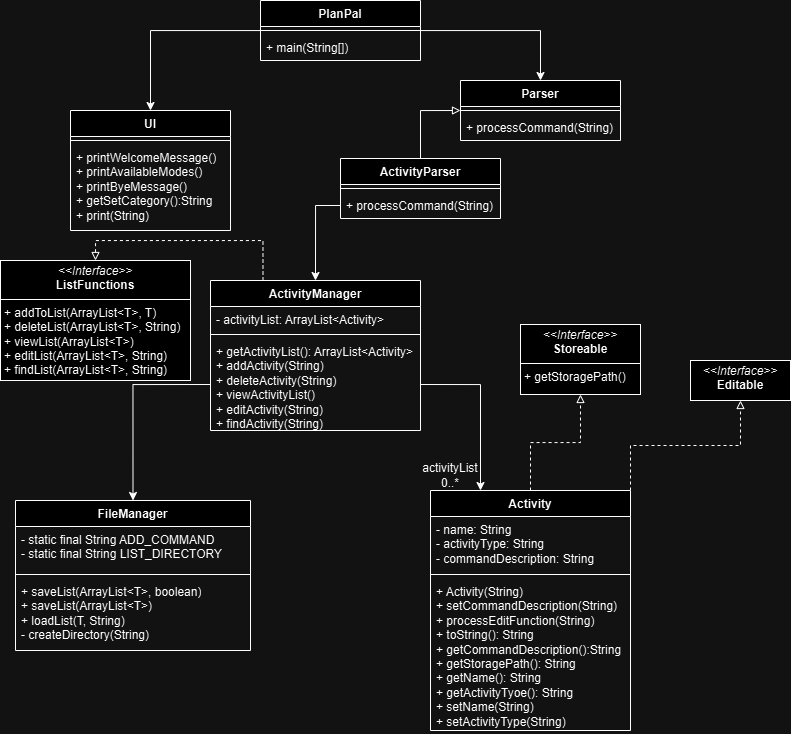
Before: docs/Images(DG)/ActivityClassDiagram.drawio.png, a diagram exported from draw.io (parasytezz/tp). Source tidied: cells renumbered, new cells last; positions are measured from the earlier drawing's top-left corner, leaving out a move shared by most shapes. Source of this version:
```xml
<mxGraphModel>
  <root>
    <mxCell id="0" />
    <mxCell id="1" parent="0" />
    <mxCell id="2" style="edgeStyle=orthogonalEdgeStyle;rounded=0;jettySize=auto;html=1;entryX=0.5;entryY=0;entryDx=0;entryDy=0;" parent="1" edge="1" source="4" target="7">
      <mxGeometry relative="1" as="geometry" />
    </mxCell>
    <mxCell id="3" style="edgeStyle=orthogonalEdgeStyle;rounded=0;jettySize=auto;html=1;entryX=0.5;entryY=0;entryDx=0;entryDy=0;" parent="1" edge="1" source="4" target="10">
      <mxGeometry relative="1" as="geometry" />
    </mxCell>
    <mxCell id="4" value="PlanPal" style="swimlane;fontStyle=1;align=center;verticalAlign=top;horizontal=1;startSize=26;whiteSpace=wrap;html=1;" parent="1" vertex="1">
      <mxGeometry x="260" width="160" height="60" as="geometry" />
    </mxCell>
    <mxCell id="5" style="line;strokeWidth=1;fillColor=none;align=left;verticalAlign=middle;spacingTop=-1;spacingLeft=3;spacingRight=3;labelPosition=right;strokeColor=inherit;" parent="4" vertex="1">
      <mxGeometry y="26" width="160" height="8" as="geometry" />
    </mxCell>
    <mxCell id="6" value="+ main(String[])" style="text;strokeColor=none;fillColor=none;align=left;verticalAlign=top;spacingLeft=4;spacingRight=4;overflow=hidden;whiteSpace=wrap;html=1;" parent="4" vertex="1">
      <mxGeometry y="34" width="160" height="26" as="geometry" />
    </mxCell>
    <mxCell id="7" value="UI" style="swimlane;fontStyle=1;align=center;verticalAlign=top;horizontal=1;startSize=26;whiteSpace=wrap;html=1;" parent="1" vertex="1">
      <mxGeometry x="70" y="110" width="160" height="120" as="geometry" />
    </mxCell>
    <mxCell id="8" style="line;strokeWidth=1;fillColor=none;align=left;verticalAlign=middle;spacingTop=-1;spacingLeft=3;spacingRight=3;labelPosition=right;strokeColor=inherit;" parent="7" vertex="1">
      <mxGeometry y="26" width="160" height="8" as="geometry" />
    </mxCell>
    <mxCell id="9" value="+ printWelcomeMessage()&lt;div&gt;+ printAvailableModes()&lt;/div&gt;&lt;div&gt;+ printByeMessage()&lt;/div&gt;&lt;div&gt;+ getSetCategory():String&lt;/div&gt;&lt;div&gt;+ print(String)&lt;/div&gt;" style="text;strokeColor=none;fillColor=none;align=left;verticalAlign=top;spacingLeft=4;spacingRight=4;overflow=hidden;whiteSpace=wrap;html=1;" parent="7" vertex="1">
      <mxGeometry y="34" width="160" height="86" as="geometry" />
    </mxCell>
    <mxCell id="10" value="Parser" style="swimlane;fontStyle=1;align=center;verticalAlign=top;horizontal=1;startSize=26;whiteSpace=wrap;html=1;" parent="1" vertex="1">
      <mxGeometry x="460" y="80" width="160" height="60" as="geometry" />
    </mxCell>
    <mxCell id="11" style="line;strokeWidth=1;fillColor=none;align=left;verticalAlign=middle;spacingTop=-1;spacingLeft=3;spacingRight=3;labelPosition=right;strokeColor=inherit;" parent="10" vertex="1">
      <mxGeometry y="26" width="160" height="8" as="geometry" />
    </mxCell>
    <mxCell id="12" value="+ processCommand(String)" style="text;strokeColor=none;fillColor=none;align=left;verticalAlign=top;spacingLeft=4;spacingRight=4;overflow=hidden;whiteSpace=wrap;html=1;" parent="10" vertex="1">
      <mxGeometry y="34" width="160" height="26" as="geometry" />
    </mxCell>
    <mxCell id="13" style="edgeStyle=orthogonalEdgeStyle;rounded=0;jettySize=auto;html=1;entryX=0;entryY=0.5;entryDx=0;entryDy=0;endArrow=block;endFill=0;" parent="1" edge="1" source="14" target="10">
      <mxGeometry relative="1" as="geometry" />
    </mxCell>
    <mxCell id="14" value="ActivityParser" style="swimlane;fontStyle=1;align=center;verticalAlign=top;horizontal=1;startSize=26;whiteSpace=wrap;html=1;" parent="1" vertex="1">
      <mxGeometry x="340" y="158" width="160" height="60" as="geometry" />
    </mxCell>
    <mxCell id="15" style="line;strokeWidth=1;fillColor=none;align=left;verticalAlign=middle;spacingTop=-1;spacingLeft=3;spacingRight=3;labelPosition=right;strokeColor=inherit;" parent="14" vertex="1">
      <mxGeometry y="26" width="160" height="8" as="geometry" />
    </mxCell>
    <mxCell id="16" value="+ processCommand(String)" style="text;strokeColor=none;fillColor=none;align=left;verticalAlign=top;spacingLeft=4;spacingRight=4;overflow=hidden;points=[[0,0.5],[1,0.5]];portConstraint=eastwest;whiteSpace=wrap;html=1;" parent="14" vertex="1">
      <mxGeometry y="34" width="160" height="26" as="geometry" />
    </mxCell>
    <mxCell id="17" value="FileManager" style="swimlane;fontStyle=1;align=center;verticalAlign=top;horizontal=1;startSize=26;whiteSpace=wrap;html=1;" parent="1" vertex="1">
      <mxGeometry x="15" y="500" width="235" height="150" as="geometry" />
    </mxCell>
    <mxCell id="18" value="- static final String ADD_COMMAND&lt;div&gt;- static final String LIST_DIRECTORY&lt;span style=&quot;white-space: pre;&quot;&gt;&#9;&lt;/span&gt;&lt;/div&gt;" style="text;strokeColor=none;fillColor=none;align=left;verticalAlign=top;spacingLeft=4;spacingRight=4;overflow=hidden;whiteSpace=wrap;html=1;" parent="17" vertex="1">
      <mxGeometry y="26" width="235" height="44" as="geometry" />
    </mxCell>
    <mxCell id="19" style="line;strokeWidth=1;fillColor=none;align=left;verticalAlign=middle;spacingTop=-1;spacingLeft=3;spacingRight=3;labelPosition=right;strokeColor=inherit;" parent="17" vertex="1">
      <mxGeometry y="70" width="235" height="8" as="geometry" />
    </mxCell>
    <mxCell id="20" value="+ saveList(ArrayList&amp;lt;T&amp;gt;, boolean)&lt;div&gt;+ saveList(ArrayList&amp;lt;T&amp;gt;&lt;span style=&quot;background-color: initial;&quot;&gt;)&lt;/span&gt;&lt;/div&gt;&lt;div&gt;&lt;span style=&quot;background-color: initial;&quot;&gt;+ loadList(T, String)&lt;/span&gt;&lt;/div&gt;&lt;div&gt;&lt;span style=&quot;background-color: initial;&quot;&gt;- createDirectory(String)&lt;/span&gt;&lt;/div&gt;" style="text;strokeColor=none;fillColor=none;align=left;verticalAlign=top;spacingLeft=4;spacingRight=4;overflow=hidden;whiteSpace=wrap;html=1;" parent="17" vertex="1">
      <mxGeometry y="78" width="235" height="72" as="geometry" />
    </mxCell>
    <mxCell id="21" style="edgeStyle=orthogonalEdgeStyle;rounded=0;jettySize=auto;html=1;entryX=0.5;entryY=1;entryDx=0;entryDy=0;endArrow=block;endFill=0;dashed=1;" parent="1" edge="1" source="23" target="37">
      <mxGeometry relative="1" as="geometry" />
    </mxCell>
    <mxCell id="22" style="edgeStyle=orthogonalEdgeStyle;rounded=0;jettySize=auto;html=1;exitX=1;exitY=0;exitDx=0;exitDy=0;entryX=0.5;entryY=1;entryDx=0;entryDy=0;endArrow=block;endFill=0;dashed=1;" parent="1" edge="1" source="23" target="38">
      <mxGeometry relative="1" as="geometry" />
    </mxCell>
    <mxCell id="23" value="Activity" style="swimlane;fontStyle=1;align=center;verticalAlign=top;horizontal=1;startSize=26;whiteSpace=wrap;html=1;" parent="1" vertex="1">
      <mxGeometry x="430" y="490" width="200" height="240" as="geometry" />
    </mxCell>
    <mxCell id="24" value="- name: String&lt;div&gt;- activityType: String&lt;/div&gt;&lt;div&gt;- commandDescription: String&lt;/div&gt;" style="text;strokeColor=none;fillColor=none;align=left;verticalAlign=top;spacingLeft=4;spacingRight=4;overflow=hidden;whiteSpace=wrap;html=1;" parent="23" vertex="1">
      <mxGeometry y="26" width="200" height="54" as="geometry" />
    </mxCell>
    <mxCell id="25" style="line;strokeWidth=1;fillColor=none;align=left;verticalAlign=middle;spacingTop=-1;spacingLeft=3;spacingRight=3;labelPosition=right;strokeColor=inherit;" parent="23" vertex="1">
      <mxGeometry y="80" width="200" height="8" as="geometry" />
    </mxCell>
    <mxCell id="26" value="+ Activity(String)&lt;div&gt;+ setCommandDescription(String)&lt;/div&gt;&lt;div&gt;+ processEditFunction(String)&lt;/div&gt;&lt;div&gt;+ toString(): String&lt;/div&gt;&lt;div&gt;+ getCommandDescription():String&lt;/div&gt;&lt;div&gt;+ getStoragePath(): String&lt;/div&gt;&lt;div&gt;+ getName(): String&lt;/div&gt;&lt;div&gt;+ getActivityTyoe(): String&lt;/div&gt;&lt;div&gt;+ setName(String)&lt;/div&gt;&lt;div&gt;+ setActivityType(String)&lt;/div&gt;" style="text;strokeColor=none;fillColor=none;align=left;verticalAlign=top;spacingLeft=4;spacingRight=4;overflow=hidden;whiteSpace=wrap;html=1;" parent="23" vertex="1">
      <mxGeometry y="88" width="200" height="152" as="geometry" />
    </mxCell>
    <mxCell id="27" style="edgeStyle=orthogonalEdgeStyle;rounded=0;jettySize=auto;html=1;exitX=0.25;exitY=0;exitDx=0;exitDy=0;entryX=0.5;entryY=0;entryDx=0;entryDy=0;dashed=1;endArrow=block;endFill=0;" parent="1" edge="1" source="28" target="32">
      <mxGeometry relative="1" as="geometry" />
    </mxCell>
    <mxCell id="28" value="ActivityManager" style="swimlane;fontStyle=1;align=center;verticalAlign=top;horizontal=1;startSize=26;whiteSpace=wrap;html=1;" parent="1" vertex="1">
      <mxGeometry x="210" y="280" width="210" height="150" as="geometry" />
    </mxCell>
    <mxCell id="29" value="- activityList: ArrayList&amp;lt;Activity&amp;gt;" style="text;strokeColor=none;fillColor=none;align=left;verticalAlign=top;spacingLeft=4;spacingRight=4;overflow=hidden;whiteSpace=wrap;html=1;" parent="28" vertex="1">
      <mxGeometry y="26" width="210" height="24" as="geometry" />
    </mxCell>
    <mxCell id="30" style="line;strokeWidth=1;fillColor=none;align=left;verticalAlign=middle;spacingTop=-1;spacingLeft=3;spacingRight=3;labelPosition=right;strokeColor=inherit;" parent="28" vertex="1">
      <mxGeometry y="50" width="210" height="8" as="geometry" />
    </mxCell>
    <mxCell id="31" value="+ getActivityList(): ArrayList&amp;lt;Activity&amp;gt;&lt;div&gt;+ addActivity(String)&lt;/div&gt;&lt;div&gt;+ deleteActivity(String)&lt;/div&gt;&lt;div&gt;+ viewActivityList()&lt;/div&gt;&lt;div&gt;+ editActivity(String)&lt;/div&gt;&lt;div&gt;+ findActivity(String)&lt;/div&gt;" style="text;strokeColor=none;fillColor=none;align=left;verticalAlign=top;spacingLeft=4;spacingRight=4;overflow=hidden;points=[[0,0.5],[1,0.5]];portConstraint=eastwest;whiteSpace=wrap;html=1;" parent="28" vertex="1">
      <mxGeometry y="58" width="210" height="92" as="geometry" />
    </mxCell>
    <mxCell id="32" value="&lt;p style=&quot;margin:0px;margin-top:4px;text-align:center;&quot;&gt;&lt;i&gt;&amp;lt;&amp;lt;Interface&amp;gt;&amp;gt;&lt;/i&gt;&lt;br&gt;&lt;b&gt;ListFunctions&lt;/b&gt;&lt;/p&gt;&lt;hr size=&quot;1&quot; style=&quot;border-style:solid;&quot;&gt;&lt;p style=&quot;margin:0px;margin-left:4px;&quot;&gt;+ addToList(ArrayList&amp;lt;T&amp;gt;, T)&lt;/p&gt;&lt;p style=&quot;margin:0px;margin-left:4px;&quot;&gt;+ deleteList(ArrayList&amp;lt;T&amp;gt;, String)&lt;/p&gt;&lt;p style=&quot;margin:0px;margin-left:4px;&quot;&gt;+ viewList(ArrayList&amp;lt;T&amp;gt;)&lt;/p&gt;&lt;p style=&quot;margin:0px;margin-left:4px;&quot;&gt;+ editList(ArrayList&amp;lt;T&amp;gt;, String)&lt;/p&gt;&lt;p style=&quot;margin:0px;margin-left:4px;&quot;&gt;+ findList(ArrayList&amp;lt;T&amp;gt;, String)&lt;/p&gt;" style="verticalAlign=top;align=left;overflow=fill;html=1;whiteSpace=wrap;" parent="1" vertex="1">
      <mxGeometry y="260" width="190" height="120" as="geometry" />
    </mxCell>
    <mxCell id="33" style="edgeStyle=orthogonalEdgeStyle;rounded=0;jettySize=auto;html=1;entryX=0.5;entryY=0;entryDx=0;entryDy=0;" parent="1" edge="1" source="16" target="28">
      <mxGeometry relative="1" as="geometry" />
    </mxCell>
    <mxCell id="34" style="edgeStyle=orthogonalEdgeStyle;rounded=0;jettySize=auto;html=1;exitX=0;exitY=0.5;exitDx=0;exitDy=0;entryX=0.5;entryY=0;entryDx=0;entryDy=0;" parent="1" edge="1" source="31" target="17">
      <mxGeometry relative="1" as="geometry" />
    </mxCell>
    <mxCell id="35" value="activityList&lt;div&gt;0..*&lt;/div&gt;" style="text;html=1;align=center;verticalAlign=middle;whiteSpace=wrap;rounded=0;" parent="1" vertex="1">
      <mxGeometry x="420" y="460" width="60" height="30" as="geometry" />
    </mxCell>
    <mxCell id="36" style="edgeStyle=orthogonalEdgeStyle;rounded=0;jettySize=auto;html=1;exitX=1;exitY=0.5;exitDx=0;exitDy=0;entryX=0.25;entryY=0;entryDx=0;entryDy=0;" parent="1" edge="1" source="31" target="23">
      <mxGeometry relative="1" as="geometry" />
    </mxCell>
    <mxCell id="37" value="&lt;p style=&quot;margin:0px;margin-top:4px;text-align:center;&quot;&gt;&lt;i&gt;&amp;lt;&amp;lt;Interface&amp;gt;&amp;gt;&lt;/i&gt;&lt;br&gt;&lt;b&gt;Storeable&lt;/b&gt;&lt;/p&gt;&lt;hr size=&quot;1&quot; style=&quot;border-style:solid;&quot;&gt;&lt;p style=&quot;margin:0px;margin-left:4px;&quot;&gt;+ getStoragePath()&lt;/p&gt;" style="verticalAlign=top;align=left;overflow=fill;html=1;whiteSpace=wrap;" parent="1" vertex="1">
      <mxGeometry x="520" y="324" width="120" height="70" as="geometry" />
    </mxCell>
    <mxCell id="38" value="&lt;p style=&quot;margin:0px;margin-top:4px;text-align:center;&quot;&gt;&lt;i&gt;&amp;lt;&amp;lt;Interface&amp;gt;&amp;gt;&lt;/i&gt;&lt;br&gt;&lt;b&gt;Editable&lt;/b&gt;&lt;/p&gt;&lt;p style=&quot;margin:0px;margin-left:4px;&quot;&gt;&lt;br&gt;&lt;/p&gt;" style="verticalAlign=top;align=left;overflow=fill;html=1;whiteSpace=wrap;" parent="1" vertex="1">
      <mxGeometry x="690" y="360" width="100" height="40" as="geometry" />
    </mxCell>
  </root>
</mxGraphModel>
```
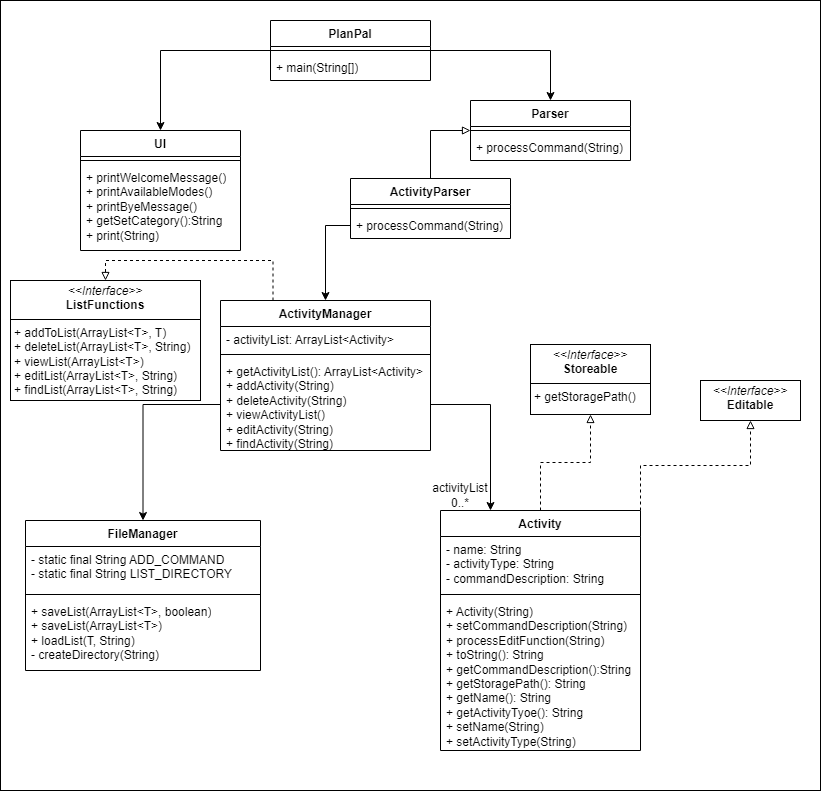
Above is the later version.

The edit, as a diff of the source:
```diff
@@ -2,6 +2,9 @@
   <root>
     <mxCell id="0" />
     <mxCell id="1" parent="0" />
+    <mxCell id="39" style="rounded=0;whiteSpace=wrap;html=1;" parent="1" vertex="1">
+      <mxGeometry x="-10" y="-20" width="820" height="790" as="geometry" />
+    </mxCell>
     <mxCell id="2" style="edgeStyle=orthogonalEdgeStyle;rounded=0;jettySize=auto;html=1;entryX=0.5;entryY=0;entryDx=0;entryDy=0;" parent="1" edge="1" source="4" target="7">
       <mxGeometry relative="1" as="geometry" />
     </mxCell>
```
